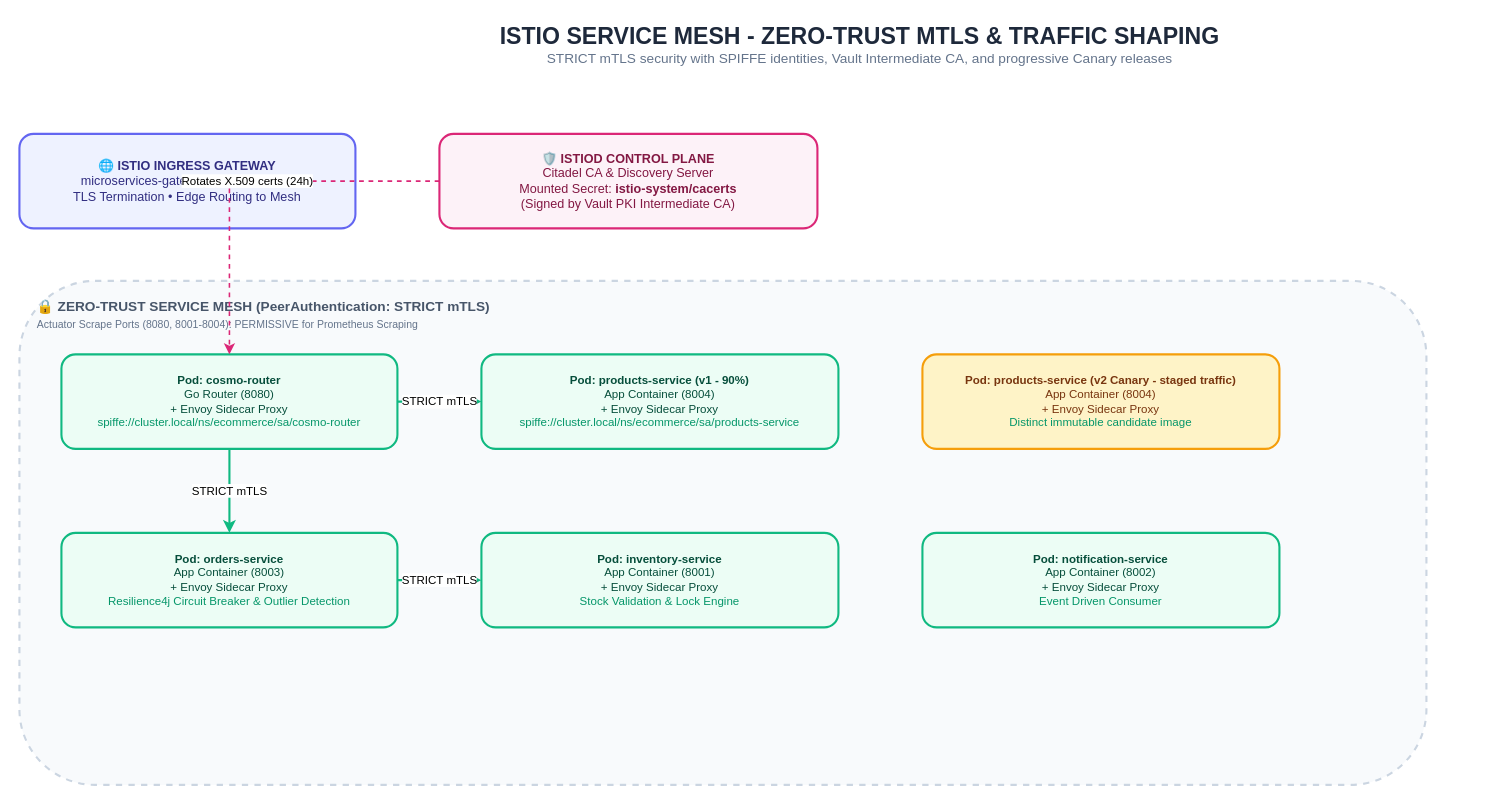
Before: page "4. Istio Service Mesh & Zero-Trust mTLS" (4 of 12) of docs/Diagrams.drawio in GeorgeGxx/microservices-architecture, a draw.io diagram. Source tidied: cells renumbered, new cells numbered last; positions are measured from the earlier drawing's top-left corner, leaving out a move shared by most shapes. Both pictures are drawn from the tidied source at 105%, with x=0, y=0 at pixel (19, 18).
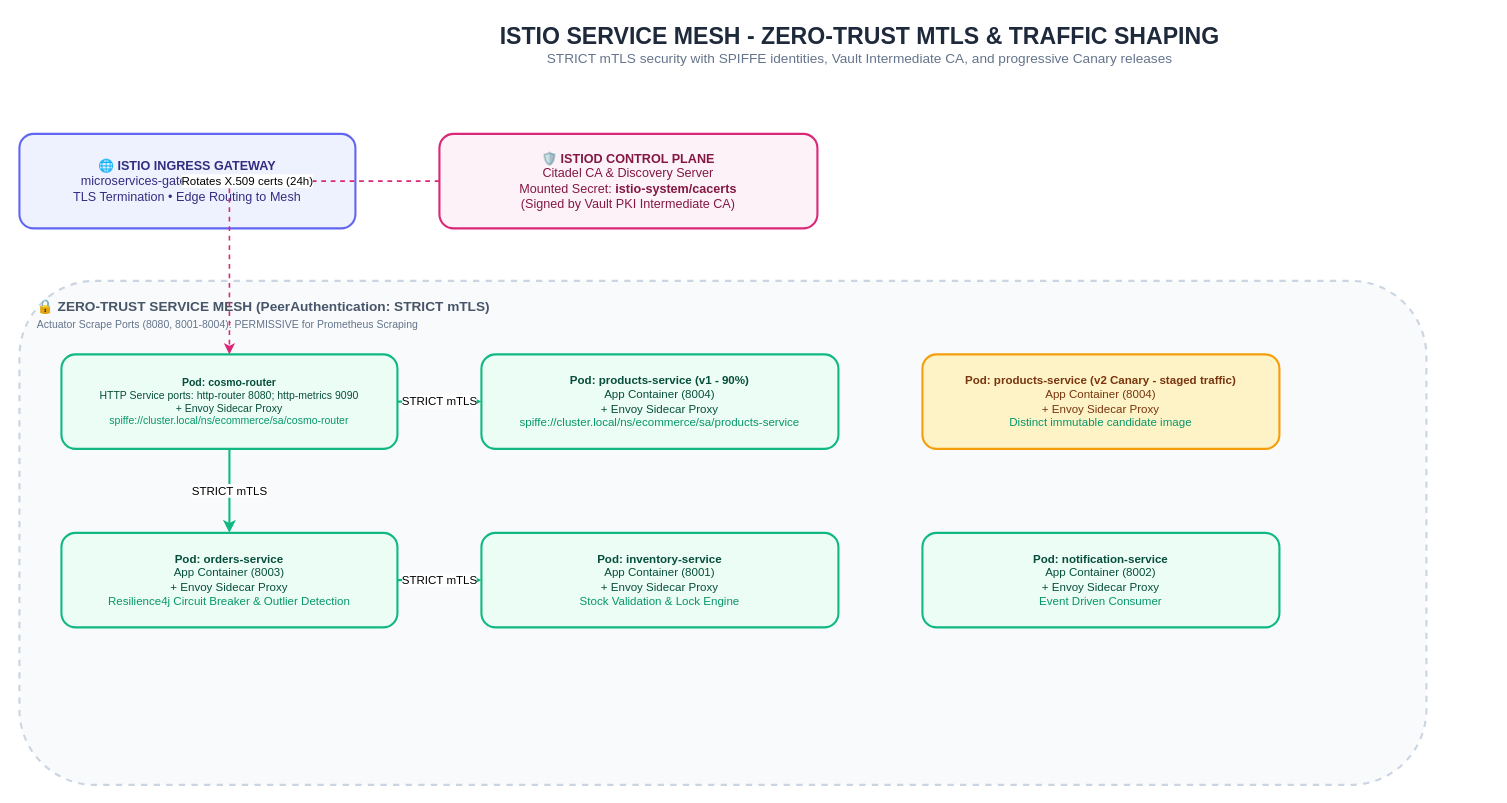
The same diagram, later.

What changed in the source:
```diff
@@
 <mxGraphModel>
   <root>
     <mxCell id="0" />
     <mxCell id="1" parent="0" />
     <mxCell id="2" value="&lt;b style='font-size:22px;color:#1E293B;'&gt;ISTIO SERVICE MESH - ZERO-TRUST MTLS &amp; TRAFFIC SHAPING&lt;/b&gt;&lt;br&gt;&lt;span style='font-size:13px;color:#64748B;'&gt;STRICT mTLS security with SPIFFE identities, Vault Intermediate CA, and progressive Canary releases&lt;/span&gt;" style="text;html=1;align=center;verticalAlign=middle;rounded=0;" parent="1" vertex="1">
       <mxGeometry x="200" width="1200" height="50" as="geometry" />
     </mxCell>
     <mxCell id="3" value="&lt;b&gt;🌐 ISTIO INGRESS GATEWAY&lt;/b&gt;&lt;br&gt;microservices-gateway (Port 80 / 443)&lt;br&gt;TLS Termination • Edge Routing to Mesh" style="rounded=1;whiteSpace=wrap;html=1;fillColor=#EEF2FF;strokeColor=#6366F1;strokeWidth=2;fontColor=#312E81;fontSize=12;" parent="1" vertex="1">
       <mxGeometry y="110" width="320" height="90" as="geometry" />
     </mxCell>
     <mxCell id="4" value="&lt;b&gt;🛡️ ISTIOD CONTROL PLANE&lt;/b&gt;&lt;br&gt;Citadel CA &amp; Discovery Server&lt;br&gt;Mounted Secret: &lt;b&gt;istio-system/cacerts&lt;/b&gt;&lt;br&gt;(Signed by Vault PKI Intermediate CA)" style="rounded=1;whiteSpace=wrap;html=1;fillColor=#FDF2F8;strokeColor=#DB2777;strokeWidth=2;fontColor=#831843;fontSize=12;" parent="1" vertex="1">
       <mxGeometry x="400" y="110" width="360" height="90" as="geometry" />
     </mxCell>
     <mxCell id="5" value="&lt;b&gt;🔒 ZERO-TRUST SERVICE MESH (PeerAuthentication: STRICT mTLS)&lt;/b&gt;&lt;br&gt;&lt;span style='font-size:10px;color:#64748B;'&gt;Actuator Scrape Ports (8080, 8001-8004): PERMISSIVE for Prometheus Scraping&lt;/span&gt;" style="rounded=1;whiteSpace=wrap;html=1;fillColor=#F8FAFC;strokeColor=#CBD5E1;strokeWidth=2;verticalAlign=top;align=left;spacingLeft=15;spacingTop=10;fontColor=#475569;fontSize=13;dashed=1;" parent="1" vertex="1">
       <mxGeometry y="250" width="1340" height="480" as="geometry" />
     </mxCell>
-    <mxCell id="6" value="&lt;b&gt;Pod: cosmo-router&lt;/b&gt;&lt;br&gt;Go Router (8080)&lt;br&gt;+ Envoy Sidecar Proxy&lt;br&gt;&lt;span style='color:#059669;'&gt;spiffe://cluster.local/ns/ecommerce/sa/cosmo-router&lt;/span&gt;" style="rounded=1;whiteSpace=wrap;html=1;fillColor=#ECFDF5;strokeColor=#10B981;strokeWidth=2;fontColor=#064E3B;fontSize=11;" parent="1" vertex="1">
+    <mxCell id="6" value="&lt;b&gt;Pod: cosmo-router&lt;/b&gt;&lt;br&gt;HTTP Service ports: http-router 8080; http-metrics 9090&lt;br&gt;+ Envoy Sidecar Proxy&lt;br&gt;&lt;span style='color:#059669;'&gt;spiffe://cluster.local/ns/ecommerce/sa/cosmo-router&lt;/span&gt;" style="rounded=1;whiteSpace=wrap;html=1;fillColor=#ECFDF5;strokeColor=#10B981;strokeWidth=2;fontColor=#064E3B;fontSize=10;" parent="1" vertex="1">
       <mxGeometry x="40" y="320" width="320" height="90" as="geometry" />
     </mxCell>
     <mxCell id="7" value="&lt;b&gt;Pod: products-service (v1 - 90%)&lt;/b&gt;&lt;br&gt;App Container (8004)&lt;br&gt;+ Envoy Sidecar Proxy&lt;br&gt;&lt;span style='color:#059669;'&gt;spiffe://cluster.local/ns/ecommerce/sa/products-service&lt;/span&gt;" style="rounded=1;whiteSpace=wrap;html=1;fillColor=#ECFDF5;strokeColor=#10B981;strokeWidth=2;fontColor=#064E3B;fontSize=11;" parent="1" vertex="1">
       <mxGeometry x="440" y="320" width="340" height="90" as="geometry" />
     </mxCell>
     <mxCell id="8" value="&lt;b&gt;Pod: products-service (v2 Canary - staged traffic)&lt;/b&gt;&lt;br&gt;App Container (8004)&lt;br&gt;+ Envoy Sidecar Proxy&lt;br&gt;&lt;span style='color:#059669;'&gt;Distinct immutable candidate image&lt;/span&gt;" style="rounded=1;whiteSpace=wrap;html=1;fillColor=#FEF3C7;strokeColor=#F59E0B;strokeWidth=2;fontColor=#78350F;fontSize=11;" parent="1" vertex="1">
       <mxGeometry x="860" y="320" width="340" height="90" as="geometry" />
     </mxCell>
     <mxCell id="9" value="&lt;b&gt;Pod: orders-service&lt;/b&gt;&lt;br&gt;App Container (8003)&lt;br&gt;+ Envoy Sidecar Proxy&lt;br&gt;&lt;span style='color:#059669;'&gt;Resilience4j Circuit Breaker &amp; Outlier Detection&lt;/span&gt;" style="rounded=1;whiteSpace=wrap;html=1;fillColor=#ECFDF5;strokeColor=#10B981;strokeWidth=2;fontColor=#064E3B;fontSize=11;" parent="1" vertex="1">
       <mxGeometry x="40" y="490" width="320" height="90" as="geometry" />
     </mxCell>
     <mxCell id="10" value="&lt;b&gt;Pod: inventory-service&lt;/b&gt;&lt;br&gt;App Container (8001)&lt;br&gt;+ Envoy Sidecar Proxy&lt;br&gt;&lt;span style='color:#059669;'&gt;Stock Validation &amp; Lock Engine&lt;/span&gt;" style="rounded=1;whiteSpace=wrap;html=1;fillColor=#ECFDF5;strokeColor=#10B981;strokeWidth=2;fontColor=#064E3B;fontSize=11;" parent="1" vertex="1">
       <mxGeometry x="440" y="490" width="340" height="90" as="geometry" />
     </mxCell>
     <mxCell id="11" value="&lt;b&gt;Pod: notification-service&lt;/b&gt;&lt;br&gt;App Container (8002)&lt;br&gt;+ Envoy Sidecar Proxy&lt;br&gt;&lt;span style='color:#059669;'&gt;Event Driven Consumer&lt;/span&gt;" style="rounded=1;whiteSpace=wrap;html=1;fillColor=#ECFDF5;strokeColor=#10B981;strokeWidth=2;fontColor=#064E3B;fontSize=11;" parent="1" vertex="1">
       <mxGeometry x="860" y="490" width="340" height="90" as="geometry" />
     </mxCell>
     <mxCell id="12" value="Rotates X.509 certs (24h)" style="edgeStyle=orthogonalEdgeStyle;rounded=0;html=1;strokeColor=#DB2777;strokeWidth=1.5;dashed=1;" parent="1" edge="1" source="4" target="6">
       <mxGeometry relative="1" as="geometry" />
     </mxCell>
     <mxCell id="13" value="STRICT mTLS" style="edgeStyle=orthogonalEdgeStyle;rounded=0;html=1;strokeColor=#10B981;strokeWidth=2;" parent="1" edge="1" source="6" target="7">
       <mxGeometry relative="1" as="geometry" />
     </mxCell>
     <mxCell id="14" value="STRICT mTLS" style="edgeStyle=orthogonalEdgeStyle;rounded=0;html=1;strokeColor=#10B981;strokeWidth=2;" parent="1" edge="1" source="6" target="9">
       <mxGeometry relative="1" as="geometry" />
     </mxCell>
     <mxCell id="15" value="STRICT mTLS" style="edgeStyle=orthogonalEdgeStyle;rounded=0;html=1;strokeColor=#10B981;strokeWidth=2;" parent="1" edge="1" source="9" target="10">
       <mxGeometry relative="1" as="geometry" />
     </mxCell>
   </root>
 </mxGraphModel>
```
